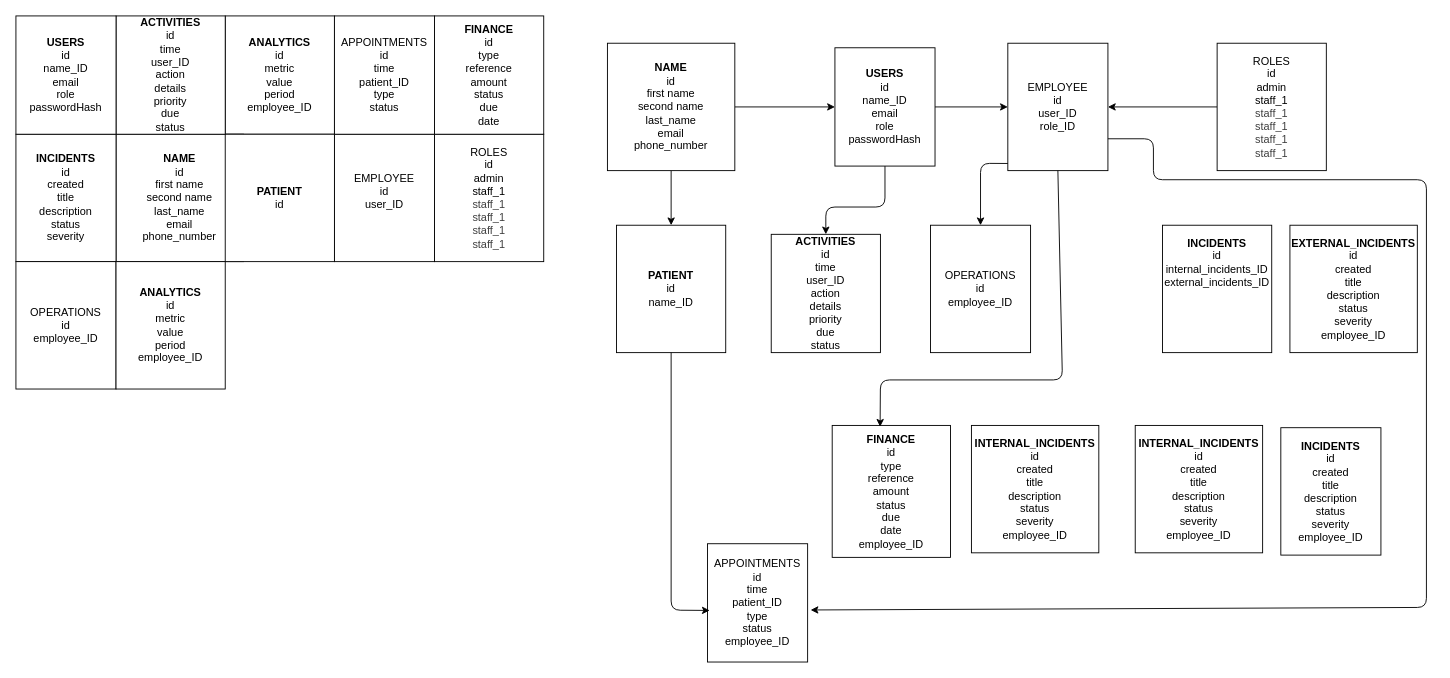
Justkim030/Moducare keeps this draw.io diagram as design/design.drawio. Above is the earlier version. Source tidied: cells renumbered, new cells numbered last; positions are measured from the earlier drawing's top-left corner, leaving out a move shared by most shapes. Both pictures are drawn from the tidied source at 91%, with x=0, y=0 at pixel (15, 15).
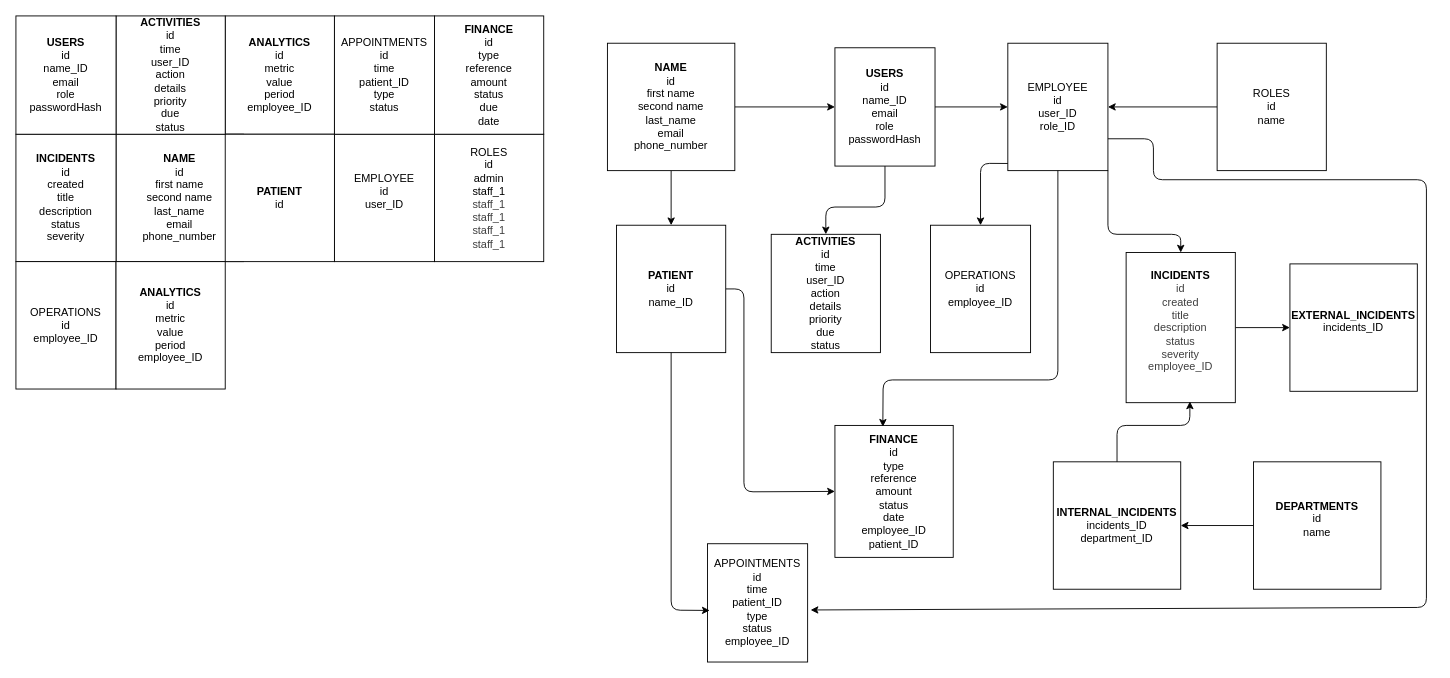
Above is the later version.

The change refers to these unchanged cells:
```xml
<mxCell id="14" value="EMPLOYEE&lt;div&gt;id&lt;/div&gt;&lt;div&gt;user_ID&lt;/div&gt;&lt;div&gt;role_ID&lt;/div&gt;" style="rounded=0;whiteSpace=wrap;html=1;" parent="1" vertex="1">
  <mxGeometry x="1090" y="30" width="110" height="140" as="geometry" />
</mxCell>
<mxCell id="21" value="&lt;b&gt;PATIENT&lt;/b&gt;&lt;div&gt;id&lt;/div&gt;&lt;div&gt;name_ID&lt;/div&gt;" style="rounded=0;whiteSpace=wrap;html=1;" parent="1" vertex="1">
  <mxGeometry x="660" y="230" width="120" height="140" as="geometry" />
</mxCell>
```

Change to the diagram source:
```diff
@@
+    <mxCell id="37" style="edgeStyle=none;html=1;exitX=1;exitY=1;exitDx=0;exitDy=0;entryX=0.5;entryY=0;entryDx=0;entryDy=0;" parent="1" edge="1" source="14" target="22">
+      <mxGeometry relative="1" as="geometry">
+        <Array as="points">
+          <mxPoint x="1200" y="240" />
+          <mxPoint x="1280" y="240" />
+        </Array>
+      </mxGeometry>
+    </mxCell>
@@
-    <mxCell id="16" value="ROLES&lt;div&gt;id&lt;/div&gt;&lt;div&gt;admin&lt;/div&gt;&lt;div&gt;staff_1&lt;/div&gt;&lt;div&gt;&lt;span style=&quot;color: rgb(63, 63, 63);&quot;&gt;staff_1&lt;/span&gt;&lt;/div&gt;&lt;div&gt;&lt;span style=&quot;color: rgb(63, 63, 63);&quot;&gt;staff_1&lt;/span&gt;&lt;span style=&quot;color: rgb(63, 63, 63);&quot;&gt;&lt;/span&gt;&lt;/div&gt;&lt;div&gt;&lt;span style=&quot;color: rgb(63, 63, 63);&quot;&gt;staff_1&lt;/span&gt;&lt;span style=&quot;color: rgb(63, 63, 63);&quot;&gt;&lt;/span&gt;&lt;/div&gt;&lt;div&gt;&lt;span style=&quot;color: rgb(63, 63, 63);&quot;&gt;staff_1&lt;/span&gt;&lt;span style=&quot;color: rgb(63, 63, 63);&quot;&gt;&lt;/span&gt;&lt;/div&gt;" style="rounded=0;whiteSpace=wrap;html=1;" parent="1" vertex="1">
+    <mxCell id="16" value="ROLES&lt;div&gt;id&lt;/div&gt;&lt;div&gt;name&lt;/div&gt;" style="rounded=0;whiteSpace=wrap;html=1;" parent="1" vertex="1">
       <mxGeometry x="1320" y="30" width="120" height="140" as="geometry" />
     </mxCell>
@@
+    <mxCell id="38" style="edgeStyle=none;html=1;exitX=1;exitY=0.5;exitDx=0;exitDy=0;entryX=0;entryY=0.5;entryDx=0;entryDy=0;" parent="1" edge="1" source="21" target="23">
+      <mxGeometry relative="1" as="geometry">
+        <Array as="points">
+          <mxPoint x="800" y="300" />
+          <mxPoint x="800" y="523" />
+        </Array>
+      </mxGeometry>
+    </mxCell>
@@
+    <mxCell id="39" style="edgeStyle=none;html=1;exitX=1;exitY=0.5;exitDx=0;exitDy=0;entryX=0;entryY=0.5;entryDx=0;entryDy=0;" parent="1" edge="1" source="22" target="33">
+      <mxGeometry relative="1" as="geometry" />
+    </mxCell>
-    <mxCell id="22" value="&lt;b&gt;INCIDENTS&lt;/b&gt;&lt;div&gt;id&lt;/div&gt;&lt;div&gt;internal_incidents_ID&lt;/div&gt;&lt;div&gt;external_incidents_ID&lt;/div&gt;&lt;div&gt;&lt;br&gt;&lt;/div&gt;&lt;div&gt;&lt;br&gt;&lt;/div&gt;&lt;div&gt;&lt;br&gt;&lt;/div&gt;&lt;div&gt;&lt;br&gt;&lt;/div&gt;" style="rounded=0;whiteSpace=wrap;html=1;" parent="1" vertex="1">
-      <mxGeometry x="1260" y="230" width="120" height="140" as="geometry" />
+    <mxCell id="22" value="&lt;b&gt;INCIDENTS&lt;/b&gt;&lt;div&gt;&lt;div style=&quot;color: rgb(63, 63, 63); scrollbar-color: rgb(226, 226, 226) rgb(251, 251, 251);&quot;&gt;id&lt;/div&gt;&lt;div style=&quot;color: rgb(63, 63, 63); scrollbar-color: rgb(226, 226, 226) rgb(251, 251, 251);&quot;&gt;created&lt;/div&gt;&lt;div style=&quot;color: rgb(63, 63, 63); scrollbar-color: rgb(226, 226, 226) rgb(251, 251, 251);&quot;&gt;title&lt;/div&gt;&lt;div style=&quot;color: rgb(63, 63, 63); scrollbar-color: rgb(226, 226, 226) rgb(251, 251, 251);&quot;&gt;description&lt;/div&gt;&lt;div style=&quot;color: rgb(63, 63, 63); scrollbar-color: rgb(226, 226, 226) rgb(251, 251, 251);&quot;&gt;status&lt;/div&gt;&lt;div style=&quot;color: rgb(63, 63, 63); scrollbar-color: rgb(226, 226, 226) rgb(251, 251, 251);&quot;&gt;severity&lt;/div&gt;&lt;div style=&quot;color: rgb(63, 63, 63); scrollbar-color: rgb(226, 226, 226) rgb(251, 251, 251);&quot;&gt;employee_ID&lt;/div&gt;&lt;/div&gt;&lt;div&gt;&lt;br&gt;&lt;/div&gt;" style="rounded=0;whiteSpace=wrap;html=1;" parent="1" vertex="1">
+      <mxGeometry x="1220" y="260" width="120" height="165" as="geometry" />
     </mxCell>
-    <mxCell id="23" value="&lt;b&gt;FINANCE&lt;/b&gt;&lt;div&gt;id&lt;/div&gt;&lt;div&gt;type&lt;/div&gt;&lt;div&gt;reference&lt;/div&gt;&lt;div&gt;amount&lt;/div&gt;&lt;div&gt;status&lt;/div&gt;&lt;div&gt;due&lt;/div&gt;&lt;div&gt;date&lt;/div&gt;&lt;div&gt;employee_ID&lt;/div&gt;" style="rounded=0;whiteSpace=wrap;html=1;" parent="1" vertex="1">
-      <mxGeometry x="897" y="450" width="130" height="145" as="geometry" />
+    <mxCell id="23" value="&lt;b&gt;FINANCE&lt;/b&gt;&lt;div&gt;id&lt;/div&gt;&lt;div&gt;type&lt;/div&gt;&lt;div&gt;reference&lt;/div&gt;&lt;div&gt;amount&lt;/div&gt;&lt;div&gt;status&lt;/div&gt;&lt;div&gt;date&lt;/div&gt;&lt;div&gt;employee_ID&lt;/div&gt;&lt;div&gt;patient_ID&lt;/div&gt;" style="rounded=0;whiteSpace=wrap;html=1;" parent="1" vertex="1">
+      <mxGeometry x="900" y="450" width="130" height="145" as="geometry" />
     </mxCell>
@@
     <mxCell id="32" style="edgeStyle=none;html=1;exitX=0.5;exitY=1;exitDx=0;exitDy=0;entryX=0.405;entryY=0.01;entryDx=0;entryDy=0;entryPerimeter=0;" parent="1" edge="1" source="14" target="23">
       <mxGeometry relative="1" as="geometry">
         <Array as="points">
-          <mxPoint x="1150" y="400" />
-          <mxPoint x="950" y="400" />
+          <mxPoint x="1145" y="400" />
+          <mxPoint x="953" y="400" />
         </Array>
       </mxGeometry>
     </mxCell>
-    <mxCell id="33" value="&lt;b&gt;EXTERNAL_INCIDENTS&lt;/b&gt;&lt;div&gt;id&lt;/div&gt;&lt;div&gt;created&lt;/div&gt;&lt;div&gt;title&lt;/div&gt;&lt;div&gt;description&lt;/div&gt;&lt;div&gt;status&lt;/div&gt;&lt;div&gt;severity&lt;/div&gt;&lt;div&gt;employee_ID&lt;/div&gt;" style="rounded=0;whiteSpace=wrap;html=1;" parent="1" vertex="1">
-      <mxGeometry x="1400" y="230" width="140" height="140" as="geometry" />
+    <mxCell id="33" value="&lt;b&gt;EXTERNAL_INCIDENTS&lt;/b&gt;&lt;div&gt;incidents_ID&lt;/div&gt;&lt;div&gt;&lt;br&gt;&lt;/div&gt;" style="rounded=0;whiteSpace=wrap;html=1;" parent="1" vertex="1">
+      <mxGeometry x="1400" y="272.5" width="140" height="140" as="geometry" />
     </mxCell>
-    <mxCell id="34" value="&lt;b&gt;INCIDENTS&lt;/b&gt;&lt;div&gt;id&lt;/div&gt;&lt;div&gt;created&lt;/div&gt;&lt;div&gt;title&lt;/div&gt;&lt;div&gt;description&lt;/div&gt;&lt;div&gt;status&lt;/div&gt;&lt;div&gt;severity&lt;/div&gt;&lt;div&gt;employee_ID&lt;/div&gt;" style="rounded=0;whiteSpace=wrap;html=1;" parent="1" vertex="1">
-      <mxGeometry x="1390" y="452.5" width="110" height="140" as="geometry" />
-    </mxCell>
-    <mxCell id="35" value="&lt;b&gt;INTERNAL_INCIDENTS&lt;/b&gt;&lt;div&gt;id&lt;/div&gt;&lt;div&gt;created&lt;/div&gt;&lt;div&gt;title&lt;/div&gt;&lt;div&gt;description&lt;/div&gt;&lt;div&gt;status&lt;/div&gt;&lt;div&gt;severity&lt;/div&gt;&lt;div&gt;employee_ID&lt;/div&gt;" style="rounded=0;whiteSpace=wrap;html=1;" parent="1" vertex="1">
-      <mxGeometry x="1050" y="450" width="140" height="140" as="geometry" />
+    <mxCell id="35" value="&lt;b&gt;INTERNAL_INCIDENTS&lt;/b&gt;&lt;div&gt;incidents_ID&lt;/div&gt;&lt;div&gt;department_ID&lt;/div&gt;" style="rounded=0;whiteSpace=wrap;html=1;" parent="1" vertex="1">
+      <mxGeometry x="1140" y="490" width="140" height="140" as="geometry" />
     </mxCell>
-    <mxCell id="36" value="&lt;b&gt;INTERNAL_INCIDENTS&lt;/b&gt;&lt;div&gt;id&lt;/div&gt;&lt;div&gt;created&lt;/div&gt;&lt;div&gt;title&lt;/div&gt;&lt;div&gt;description&lt;/div&gt;&lt;div&gt;status&lt;/div&gt;&lt;div&gt;severity&lt;/div&gt;&lt;div&gt;employee_ID&lt;/div&gt;" style="rounded=0;whiteSpace=wrap;html=1;" parent="1" vertex="1">
-      <mxGeometry x="1230" y="450" width="140" height="140" as="geometry" />
-    </mxCell>
+    <mxCell id="40" style="edgeStyle=none;html=1;exitX=0;exitY=0.5;exitDx=0;exitDy=0;entryX=1;entryY=0.5;entryDx=0;entryDy=0;" parent="1" edge="1" source="41" target="35">
+      <mxGeometry relative="1" as="geometry" />
+    </mxCell>
+    <mxCell id="41" value="&lt;b&gt;DEPARTMENTS&lt;/b&gt;&lt;div&gt;id&lt;/div&gt;&lt;div&gt;name&lt;/div&gt;&lt;div&gt;&lt;br&gt;&lt;/div&gt;" style="rounded=0;whiteSpace=wrap;html=1;" parent="1" vertex="1">
+      <mxGeometry x="1360" y="490" width="140" height="140" as="geometry" />
+    </mxCell>
+    <mxCell id="42" style="edgeStyle=none;html=1;exitX=0.5;exitY=0;exitDx=0;exitDy=0;entryX=0.584;entryY=0.992;entryDx=0;entryDy=0;entryPerimeter=0;" parent="1" edge="1" source="35" target="22">
+      <mxGeometry relative="1" as="geometry">
+        <Array as="points">
+          <mxPoint x="1210" y="450" />
+          <mxPoint x="1290" y="450" />
+        </Array>
+      </mxGeometry>
+    </mxCell>
```
